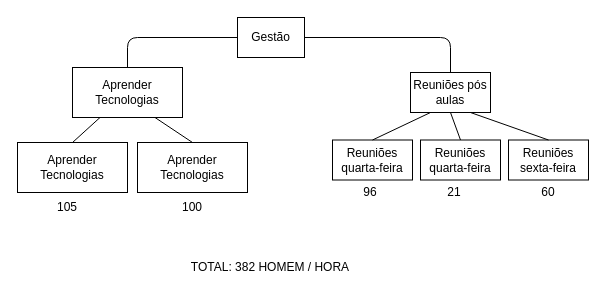
Earlier version of the draw.io diagram Arquivos de gestão/Reuniões/EAP Reuniões + Poker.drawio (marcosousa-uff/Rummikuff). Source tidied: cells renumbered, new cells numbered last; positions are measured from the earlier drawing's top-left corner, leaving out a move shared by most shapes. Both pictures are drawn from the tidied source at 100%, with x=0, y=0 at pixel (17, 17).
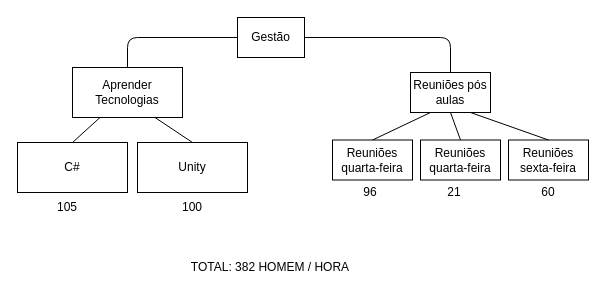
Above is the later version.

Change to the diagram source:
```diff
@@
-    <mxCell id="15" value="Aprender Tecnologias" style="rounded=0;whiteSpace=wrap;html=1;" parent="1" vertex="1">
+    <mxCell id="15" value="C#" style="rounded=0;whiteSpace=wrap;html=1;" parent="1" vertex="1">
       <mxGeometry y="125" width="110" height="50" as="geometry" />
     </mxCell>
-    <mxCell id="16" value="Aprender Tecnologias" style="rounded=0;whiteSpace=wrap;html=1;" parent="1" vertex="1">
+    <mxCell id="16" value="Unity" style="rounded=0;whiteSpace=wrap;html=1;" parent="1" vertex="1">
       <mxGeometry x="120" y="125" width="110" height="50" as="geometry" />
     </mxCell>
```
